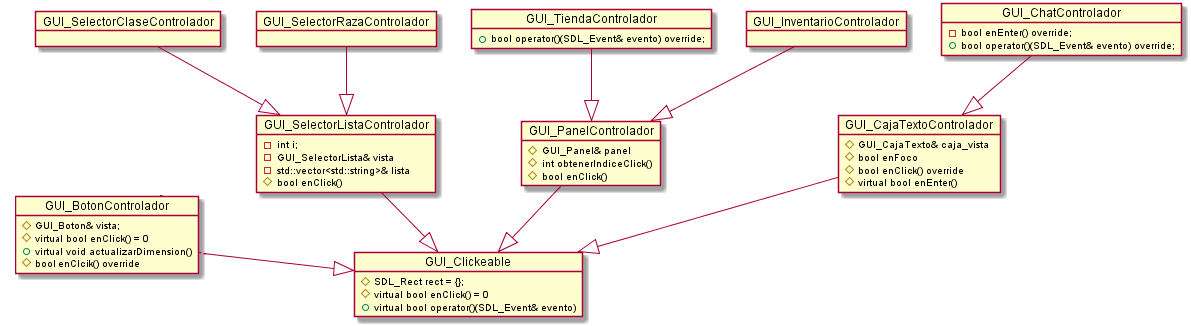
This is documentacion/dia_clases_interfaz.png from JulianVentura/TP-Final-Taller, a PlantUML export, as it was before one commit. Its diagram source:
```plantuml
@startuml
object GUI_Clickeable{
	#SDL_Rect rect = {};
	#virtual bool enClick() = 0
	+virtual bool operator()(SDL_Event& evento)
}
object GUI_BotonControlador{
	#GUI_Boton& vista;
	#virtual bool enClick() = 0
	+virtual void actualizarDimension()
}
object GUI_SelectorListaControlador{
	-int i;
	-GUI_SelectorLista& vista
	-std::vector<std::string>& lista
	#bool enClick()
}
object GUI_PanelControlador{
	#GUI_Panel& panel
	#int obtenerIndiceClick()
	#bool enClick()
}

object GUI_CajaTextoControlador{
	#GUI_CajaTexto& caja_vista
	#bool enFoco
	#bool enClick() override
	#virtual bool enEnter()
}

object GUI_ChatControlador{
	-bool enEnter() override;
	+bool operator()(SDL_Event& evento) override;
}

object GUI_BotonControlador{
 #bool enClcik() override
}

object GUI_BotonInventarioControlador{
 #bool enClcik() override
}

object GUI_BotonMeditarControlador{
 #bool enClcik() override
}

object GUI_BotonResucitarControlador{
 #bool enClcik() override
}

object GUI_BotonOroControlador{
 #bool enClcik() override
}

object GUI_BotonConectarControlador{
 #bool enClcik() override
}

object GUI_BotonLoginControlador{
 #bool enClcik() override
}

object GUI_BotonNuevaCuentaControlador{
 #bool enClcik() override
}

object GUI_TiendaControlador{
	+bool operator()(SDL_Event& evento) override;
}

object GUI_InventarioControlador

object GUI_SelectorClaseControlador
object GUI_SelectorRazaControlador

GUI_BotonControlador --|> GUI_Clickeable
GUI_PanelControlador --|> GUI_Clickeable
GUI_SelectorListaControlador  --|> GUI_Clickeable
GUI_CajaTextoControlador  --|> GUI_Clickeable

GUI_BotonControlador  --|> GUI_BotonControlador
GUI_BotonInventarioControlador  --|> GUI_BotonControlador
GUI_BotonMeditarControlador  --|> GUI_BotonControlador
GUI_BotonResucitarControlador  --|> GUI_BotonControlador
GUI_BotonOroControlador  --|> GUI_BotonControlador
GUI_BotonConectarControlador  --|> GUI_BotonControlador
GUI_BotonLoginControlador  --|> GUI_BotonControlador
GUI_BotonNuevaCuentaControlador  --|> GUI_BotonControlador

GUI_SelectorClaseControlador  --|> GUI_SelectorListaControlador
GUI_SelectorRazaControlador  --|> GUI_SelectorListaControlador

GUI_TiendaControlador  --|> GUI_PanelControlador
GUI_InventarioControlador  --|> GUI_PanelControlador

GUI_ChatControlador  --|> GUI_CajaTextoControlador

@enduml
```
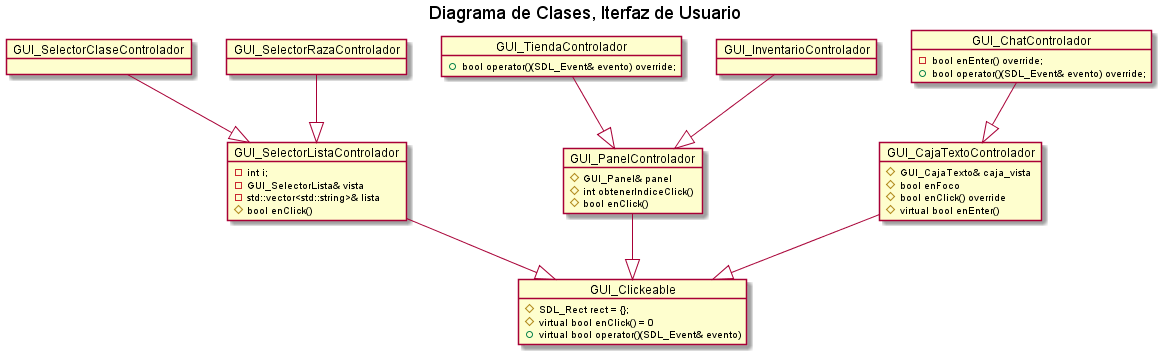
After the change.

The edit, as a diff of the source:
```diff
@@ -1,14 +1,12 @@
 @startuml
+title Diagrama de Clases, Iterfaz de Usuario
+
 object GUI_Clickeable{
 	#SDL_Rect rect = {};
 	#virtual bool enClick() = 0
 	+virtual bool operator()(SDL_Event& evento)
 }
-object GUI_BotonControlador{
-	#GUI_Boton& vista;
-	#virtual bool enClick() = 0
-	+virtual void actualizarDimension()
-}
+
 object GUI_SelectorListaControlador{
 	-int i;
 	-GUI_SelectorLista& vista
@@ -33,37 +31,6 @@
 	+bool operator()(SDL_Event& evento) override;
 }
 
-object GUI_BotonControlador{
- #bool enClcik() override
-}
-
-object GUI_BotonInventarioControlador{
- #bool enClcik() override
-}
-
-object GUI_BotonMeditarControlador{
- #bool enClcik() override
-}
-
-object GUI_BotonResucitarControlador{
- #bool enClcik() override
-}
-
-object GUI_BotonOroControlador{
- #bool enClcik() override
-}
-
-object GUI_BotonConectarControlador{
- #bool enClcik() override
-}
-
-object GUI_BotonLoginControlador{
- #bool enClcik() override
-}
-
-object GUI_BotonNuevaCuentaControlador{
- #bool enClcik() override
-}
 
 object GUI_TiendaControlador{
 	+bool operator()(SDL_Event& evento) override;
@@ -74,19 +41,9 @@
 object GUI_SelectorClaseControlador
 object GUI_SelectorRazaControlador
 
-GUI_BotonControlador --|> GUI_Clickeable
 GUI_PanelControlador --|> GUI_Clickeable
 GUI_SelectorListaControlador  --|> GUI_Clickeable
 GUI_CajaTextoControlador  --|> GUI_Clickeable
-
-GUI_BotonControlador  --|> GUI_BotonControlador
-GUI_BotonInventarioControlador  --|> GUI_BotonControlador
-GUI_BotonMeditarControlador  --|> GUI_BotonControlador
-GUI_BotonResucitarControlador  --|> GUI_BotonControlador
-GUI_BotonOroControlador  --|> GUI_BotonControlador
-GUI_BotonConectarControlador  --|> GUI_BotonControlador
-GUI_BotonLoginControlador  --|> GUI_BotonControlador
-GUI_BotonNuevaCuentaControlador  --|> GUI_BotonControlador
 
 GUI_SelectorClaseControlador  --|> GUI_SelectorListaControlador
 GUI_SelectorRazaControlador  --|> GUI_SelectorListaControlador
```
